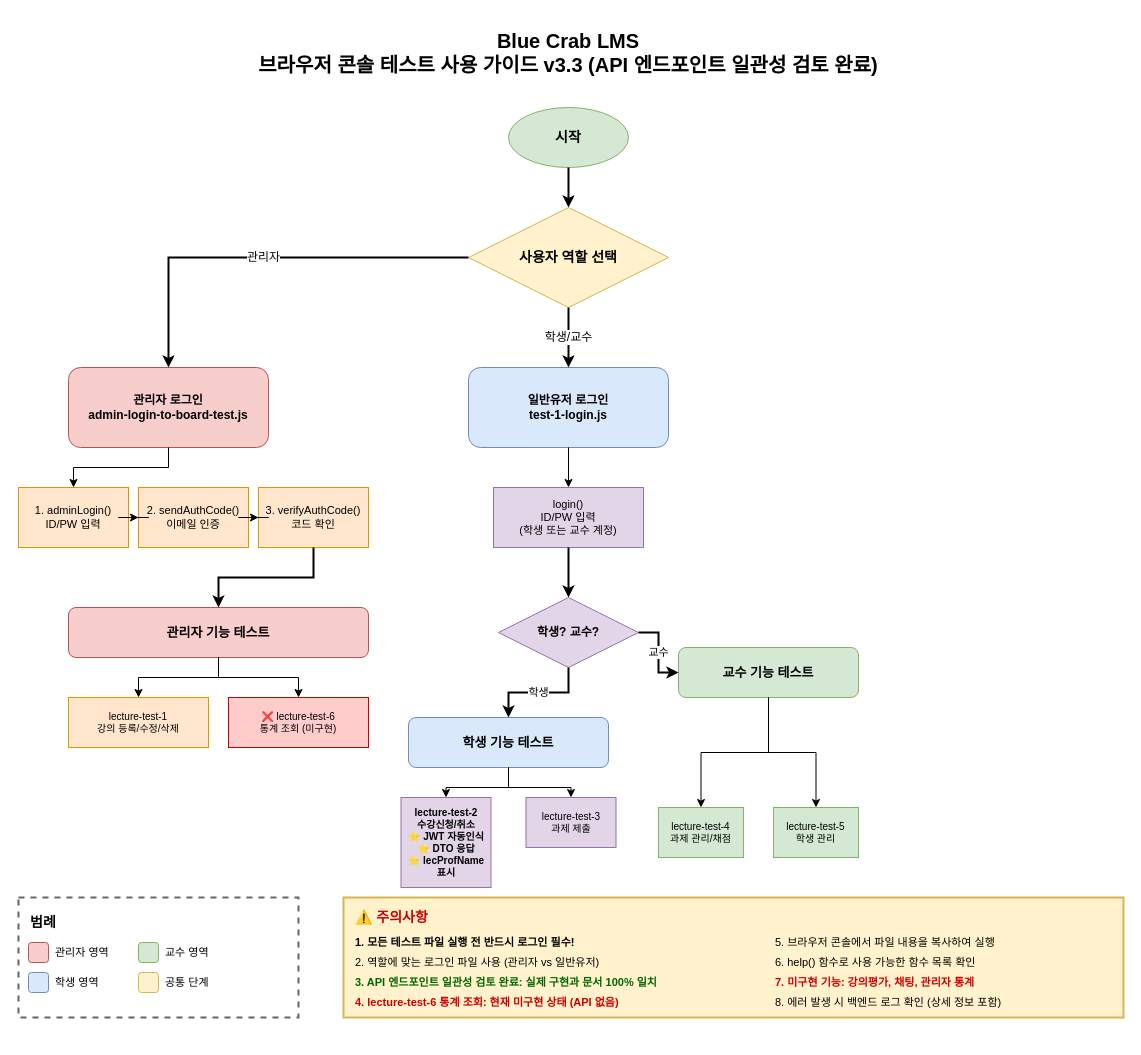
Before: backend/BlueCrab/docs/강의관련기능/브라우저콘솔테스트/usage-diagram.drawio in hooting76/blue-crab-lms, a draw.io diagram. Source tidied: cells renumbered, new cells numbered last; positions are measured from the earlier drawing's top-left corner, leaving out a move shared by most shapes. Both pictures are drawn from the tidied source at 100%, with x=0, y=0 at pixel (18, 17).
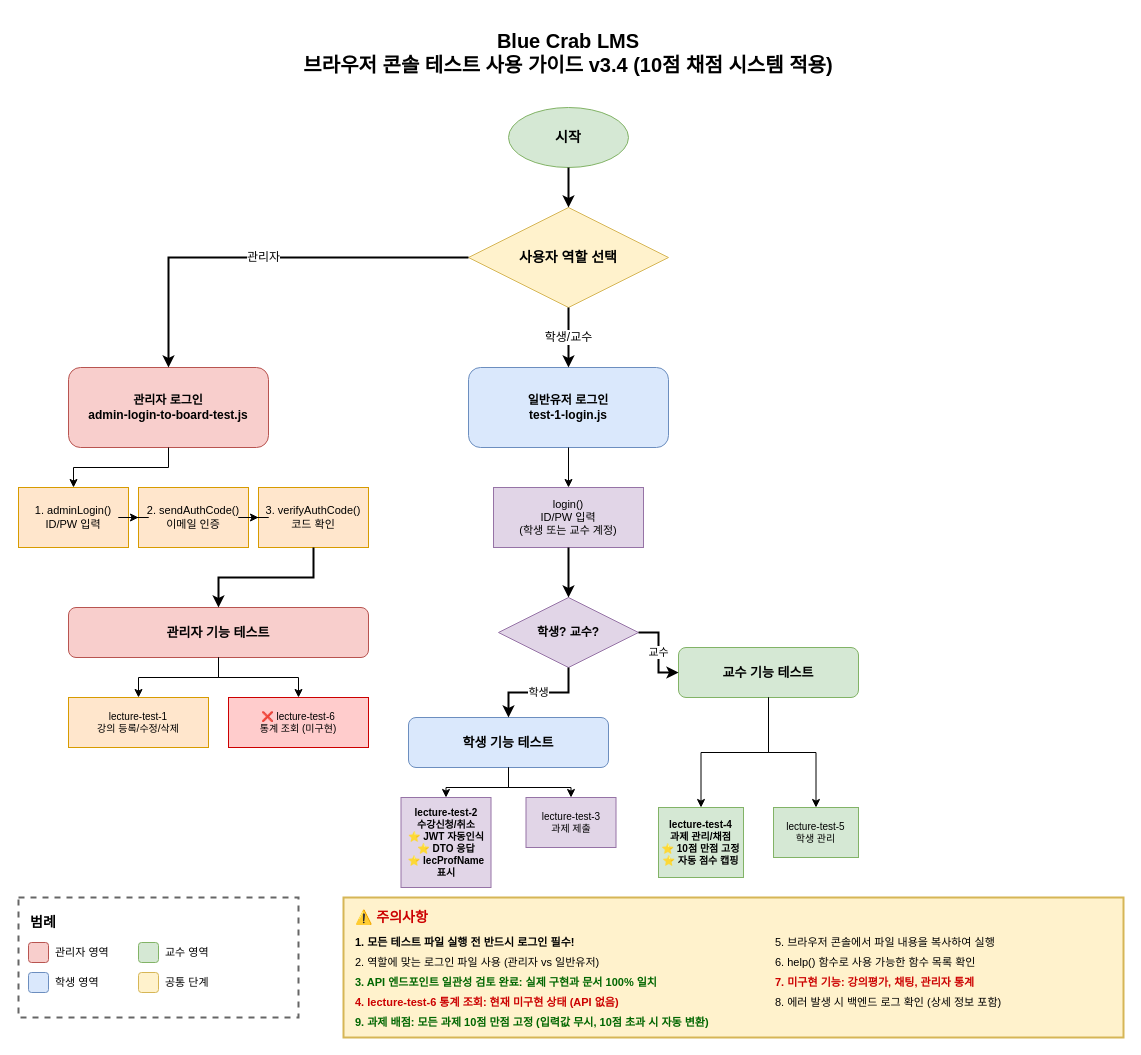
The same diagram, later.

The edit, as a diff of the source:
```diff
@@
-    <mxCell id="2" value="Blue Crab LMS&#10;브라우저 콘솔 테스트 사용 가이드 v3.3 (API 엔드포인트 일관성 검토 완료)" style="text;html=1;strokeColor=none;fillColor=default;align=center;verticalAlign=middle;whiteSpace=wrap;rounded=0;fontSize=20;fontStyle=1;" parent="1" vertex="1">
+    <mxCell id="2" value="Blue Crab LMS&#10;브라우저 콘솔 테스트 사용 가이드 v3.4 (10점 채점 시스템 적용)" style="text;html=1;strokeColor=none;fillColor=default;align=center;verticalAlign=middle;whiteSpace=wrap;rounded=0;fontSize=20;fontStyle=1;" parent="1" vertex="1">
       <mxGeometry x="220" width="660" height="70" as="geometry" />
     </mxCell>
@@
-    <mxCell id="34" value="lecture-test-4&#10;과제 관리/채점" style="rounded=0;whiteSpace=wrap;html=1;fillColor=#d5e8d4;strokeColor=#82b366;fontSize=10;" parent="1" vertex="1">
-      <mxGeometry x="640" y="790" width="85" height="50" as="geometry" />
+    <mxCell id="34" value="lecture-test-4&#10;과제 관리/채점&#10;⭐ 10점 만점 고정&#10;⭐ 자동 점수 캡핑" style="rounded=0;whiteSpace=wrap;html=1;fillColor=#d5e8d4;strokeColor=#82b366;fontSize=10;fontStyle=1;" parent="1" vertex="1">
+      <mxGeometry x="640" y="790" width="85" height="70" as="geometry" />
     </mxCell>
@@
     <mxCell id="48" style="rounded=0;whiteSpace=wrap;html=1;fillColor=#fff2cc;strokeColor=#d6b656;strokeWidth=2;" parent="1" vertex="1">
-      <mxGeometry x="325" y="880" width="780" height="120" as="geometry" />
+      <mxGeometry x="325" y="880" width="780" height="140" as="geometry" />
     </mxCell>
@@
+    <mxCell id="58" value="9. 과제 배점: 모든 과제 10점 만점 고정 (입력값 무시, 10점 초과 시 자동 변환)" style="text;html=1;strokeColor=none;fillColor=none;align=left;verticalAlign=middle;whiteSpace=wrap;rounded=0;fontSize=11;fontColor=#006600;fontStyle=1;" parent="1" vertex="1">
+      <mxGeometry x="335" y="995" width="550" height="20" as="geometry" />
+    </mxCell>
```
